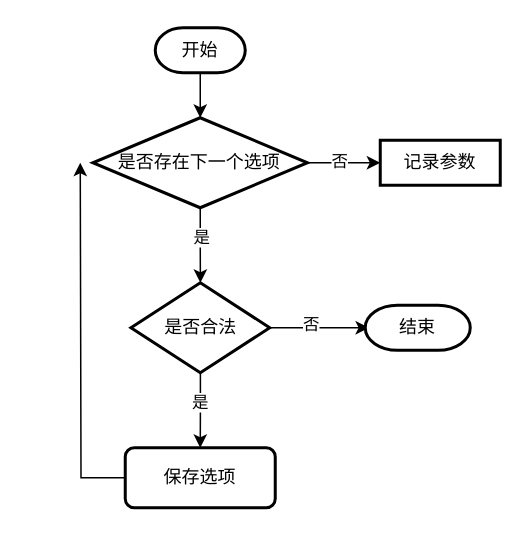
Earlier version of the draw.io diagram 1-ls功能实现流程.drawio (OoWoOI/C-Learn-Code). Source tidied: cells renumbered, new cells numbered last; positions are measured from the earlier drawing's top-left corner, leaving out a move shared by most shapes. Both pictures are drawn from the tidied source at 150%, with x=0, y=0 at pixel (80, 27).
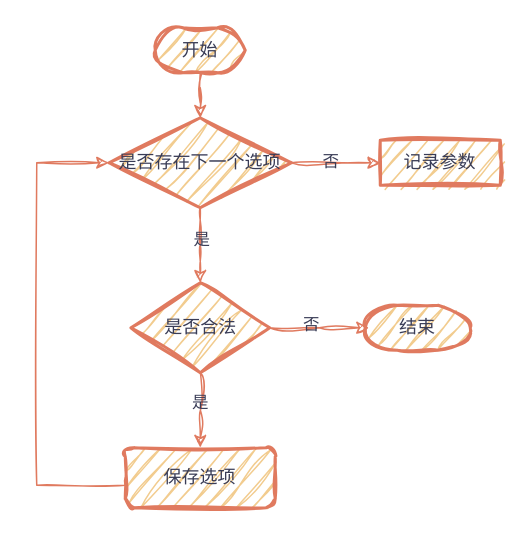
The same page after the edit.

Commit message (it also covers changes not shown here):
更新1-ls功能实现流程.drawio

Change to the diagram source:
```diff
@@
-    <mxCell id="2" style="edgeStyle=orthogonalEdgeStyle;rounded=0;jettySize=auto;html=1;" parent="1" edge="1" source="3" target="8">
+    <mxCell id="2" style="edgeStyle=orthogonalEdgeStyle;rounded=0;jettySize=auto;html=1;labelBackgroundColor=none;strokeColor=#E07A5F;fontColor=default;sketch=1;curveFitting=1;jiggle=2;" parent="1" edge="1" source="3" target="8">
       <mxGeometry relative="1" as="geometry" />
     </mxCell>
-    <mxCell id="3" value="开始" style="strokeWidth=2;html=1;shape=mxgraph.flowchart.terminator;whiteSpace=wrap;" parent="1" vertex="1">
+    <mxCell id="3" value="开始" style="strokeWidth=2;html=1;shape=mxgraph.flowchart.terminator;whiteSpace=wrap;labelBackgroundColor=none;fillColor=#F2CC8F;strokeColor=#E07A5F;fontColor=#393C56;sketch=1;curveFitting=1;jiggle=2;" parent="1" vertex="1">
       <mxGeometry x="50" width="60" height="30" as="geometry" />
     </mxCell>
-    <mxCell id="4" style="edgeStyle=orthogonalEdgeStyle;rounded=0;jettySize=auto;html=1;" parent="1" edge="1" source="8" target="13">
+    <mxCell id="4" style="edgeStyle=orthogonalEdgeStyle;rounded=0;jettySize=auto;html=1;labelBackgroundColor=none;strokeColor=#E07A5F;fontColor=default;sketch=1;curveFitting=1;jiggle=2;" parent="1" edge="1" source="8" target="13">
       <mxGeometry relative="1" as="geometry" />
     </mxCell>
-    <mxCell id="5" value="是" style="edgeLabel;html=1;align=center;verticalAlign=middle;" parent="4" vertex="1">
+    <mxCell id="5" value="是" style="edgeLabel;html=1;align=center;verticalAlign=middle;labelBackgroundColor=none;fontColor=#393C56;sketch=1;curveFitting=1;jiggle=2;" parent="4" vertex="1">
       <mxGeometry x="-0.66" y="-2" relative="1" as="geometry">
         <mxPoint x="2" y="11" as="offset" />
       </mxGeometry>
     </mxCell>
-    <mxCell id="6" style="edgeStyle=orthogonalEdgeStyle;rounded=0;jettySize=auto;html=1;" parent="1" edge="1" source="8" target="14">
+    <mxCell id="6" style="edgeStyle=orthogonalEdgeStyle;rounded=0;jettySize=auto;html=1;labelBackgroundColor=none;strokeColor=#E07A5F;fontColor=default;sketch=1;curveFitting=1;jiggle=2;" parent="1" edge="1" source="8" target="14">
       <mxGeometry relative="1" as="geometry" />
     </mxCell>
-    <mxCell id="7" value="否" style="edgeLabel;html=1;align=center;verticalAlign=middle;" parent="6" vertex="1">
+    <mxCell id="7" value="否" style="edgeLabel;html=1;align=center;verticalAlign=middle;labelBackgroundColor=none;fontColor=#393C56;sketch=1;curveFitting=1;jiggle=2;" parent="6" vertex="1">
       <mxGeometry x="-0.12" y="2" relative="1" as="geometry" />
     </mxCell>
-    <mxCell id="8" value="是否存在下一个选项" style="rhombus;whiteSpace=wrap;html=1;strokeWidth=2;" parent="1" vertex="1">
-      <mxGeometry x="8.4" y="60" width="143.1" height="60" as="geometry" />
+    <mxCell id="8" value="是否存在下一个选项" style="rhombus;whiteSpace=wrap;html=1;strokeWidth=2;labelBackgroundColor=none;fillColor=#F2CC8F;strokeColor=#E07A5F;fontColor=#393C56;sketch=1;curveFitting=1;jiggle=2;" parent="1" vertex="1">
+      <mxGeometry x="19.2" y="60" width="121.6" height="60" as="geometry" />
     </mxCell>
-    <mxCell id="9" style="edgeStyle=orthogonalEdgeStyle;rounded=0;jettySize=auto;html=1;" parent="1" edge="1" source="13" target="16">
+    <mxCell id="9" style="edgeStyle=orthogonalEdgeStyle;rounded=0;jettySize=auto;html=1;labelBackgroundColor=none;strokeColor=#E07A5F;fontColor=default;sketch=1;curveFitting=1;jiggle=2;" parent="1" edge="1" source="13" target="16">
       <mxGeometry relative="1" as="geometry" />
     </mxCell>
-    <mxCell id="10" value="是" style="edgeLabel;html=1;align=center;verticalAlign=middle;" parent="9" vertex="1">
+    <mxCell id="10" value="是" style="edgeLabel;html=1;align=center;verticalAlign=middle;labelBackgroundColor=none;fontColor=#393C56;sketch=1;curveFitting=1;jiggle=2;" parent="9" vertex="1">
       <mxGeometry x="-0.19" y="-1" relative="1" as="geometry" />
     </mxCell>
-    <mxCell id="11" style="edgeStyle=orthogonalEdgeStyle;rounded=0;jettySize=auto;html=1;" parent="1" edge="1" source="13">
+    <mxCell id="11" style="edgeStyle=orthogonalEdgeStyle;rounded=0;jettySize=auto;html=1;labelBackgroundColor=none;strokeColor=#E07A5F;fontColor=default;sketch=1;curveFitting=1;jiggle=2;" parent="1" edge="1" source="13">
       <mxGeometry relative="1" as="geometry">
         <mxPoint x="192.5" y="200" as="targetPoint" />
       </mxGeometry>
     </mxCell>
-    <mxCell id="12" value="否" style="edgeLabel;html=1;align=center;verticalAlign=middle;" parent="11" vertex="1">
+    <mxCell id="12" value="否" style="edgeLabel;html=1;align=center;verticalAlign=middle;labelBackgroundColor=none;fontColor=#393C56;sketch=1;curveFitting=1;jiggle=2;" parent="11" vertex="1">
       <mxGeometry x="-0.2" y="3" relative="1" as="geometry" />
     </mxCell>
-    <mxCell id="13" value="是否合法" style="rhombus;whiteSpace=wrap;html=1;strokeWidth=2;" parent="1" vertex="1">
+    <mxCell id="13" value="是否合法" style="rhombus;whiteSpace=wrap;html=1;strokeWidth=2;labelBackgroundColor=none;fillColor=#F2CC8F;strokeColor=#E07A5F;fontColor=#393C56;sketch=1;curveFitting=1;jiggle=2;" parent="1" vertex="1">
       <mxGeometry x="33.8" y="170" width="92.5" height="60" as="geometry" />
     </mxCell>
-    <mxCell id="14" value="记录参数" style="whiteSpace=wrap;html=1;strokeWidth=2;" parent="1" vertex="1">
+    <mxCell id="14" value="记录参数" style="whiteSpace=wrap;html=1;strokeWidth=2;labelBackgroundColor=none;fillColor=#F2CC8F;strokeColor=#E07A5F;fontColor=#393C56;sketch=1;curveFitting=1;jiggle=2;" parent="1" vertex="1">
       <mxGeometry x="200" y="75" width="80" height="30" as="geometry" />
     </mxCell>
-    <mxCell id="15" style="edgeStyle=orthogonalEdgeStyle;rounded=0;jettySize=auto;html=1;" parent="1" edge="1" source="16">
+    <mxCell id="15" style="edgeStyle=orthogonalEdgeStyle;rounded=0;jettySize=auto;html=1;exitX=0;exitY=0.5;exitDx=0;exitDy=0;entryX=0;entryY=0.5;entryDx=0;entryDy=0;labelBackgroundColor=none;strokeColor=#E07A5F;fontColor=default;sketch=1;curveFitting=1;jiggle=2;" parent="1" edge="1" source="16" target="8">
       <mxGeometry relative="1" as="geometry">
-        <mxPoint y="90" as="targetPoint" />
+        <Array as="points">
+          <mxPoint x="30" y="305" />
+          <mxPoint x="-29" y="305" />
+          <mxPoint x="-29" y="90" />
+        </Array>
       </mxGeometry>
     </mxCell>
-    <mxCell id="16" value="保存选项" style="rounded=1;whiteSpace=wrap;html=1;strokeWidth=2;" parent="1" vertex="1">
+    <mxCell id="16" value="保存选项" style="rounded=1;whiteSpace=wrap;html=1;strokeWidth=2;labelBackgroundColor=none;fillColor=#F2CC8F;strokeColor=#E07A5F;fontColor=#393C56;sketch=1;curveFitting=1;jiggle=2;" parent="1" vertex="1">
       <mxGeometry x="30" y="280" width="100" height="40" as="geometry" />
     </mxCell>
-    <mxCell id="17" value="结束" style="strokeWidth=2;html=1;shape=mxgraph.flowchart.terminator;whiteSpace=wrap;" parent="1" vertex="1">
+    <mxCell id="17" value="结束" style="strokeWidth=2;html=1;shape=mxgraph.flowchart.terminator;whiteSpace=wrap;labelBackgroundColor=none;fillColor=#F2CC8F;strokeColor=#E07A5F;fontColor=#393C56;sketch=1;curveFitting=1;jiggle=2;" parent="1" vertex="1">
       <mxGeometry x="190" y="185" width="70" height="30" as="geometry" />
     </mxCell>
```
